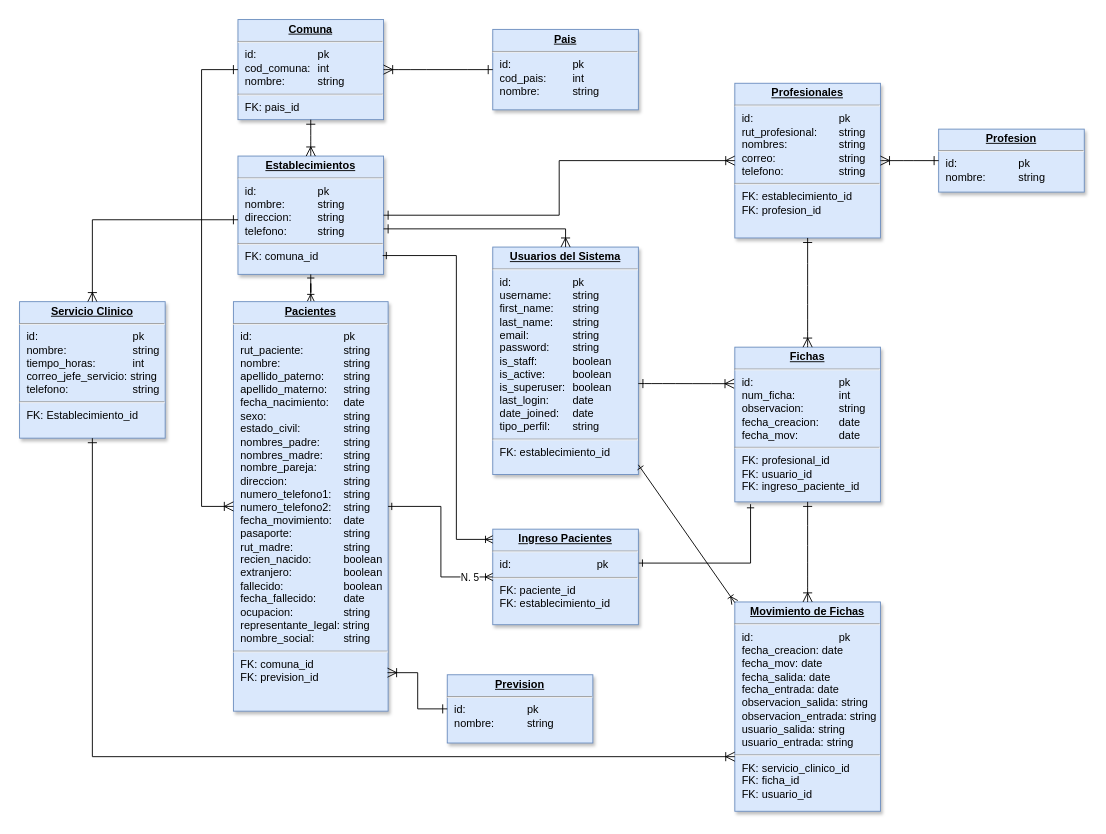
The draw.io diagram Kardex Base de datos.drawio in Jarot-Fierro/Kardex, before the edit. Source tidied: cells renumbered, new cells numbered last; positions are measured from the earlier drawing's top-left corner, leaving out a move shared by most shapes. Both pictures are drawn from the tidied source at 91%, with x=0, y=0 at pixel (19, 19).
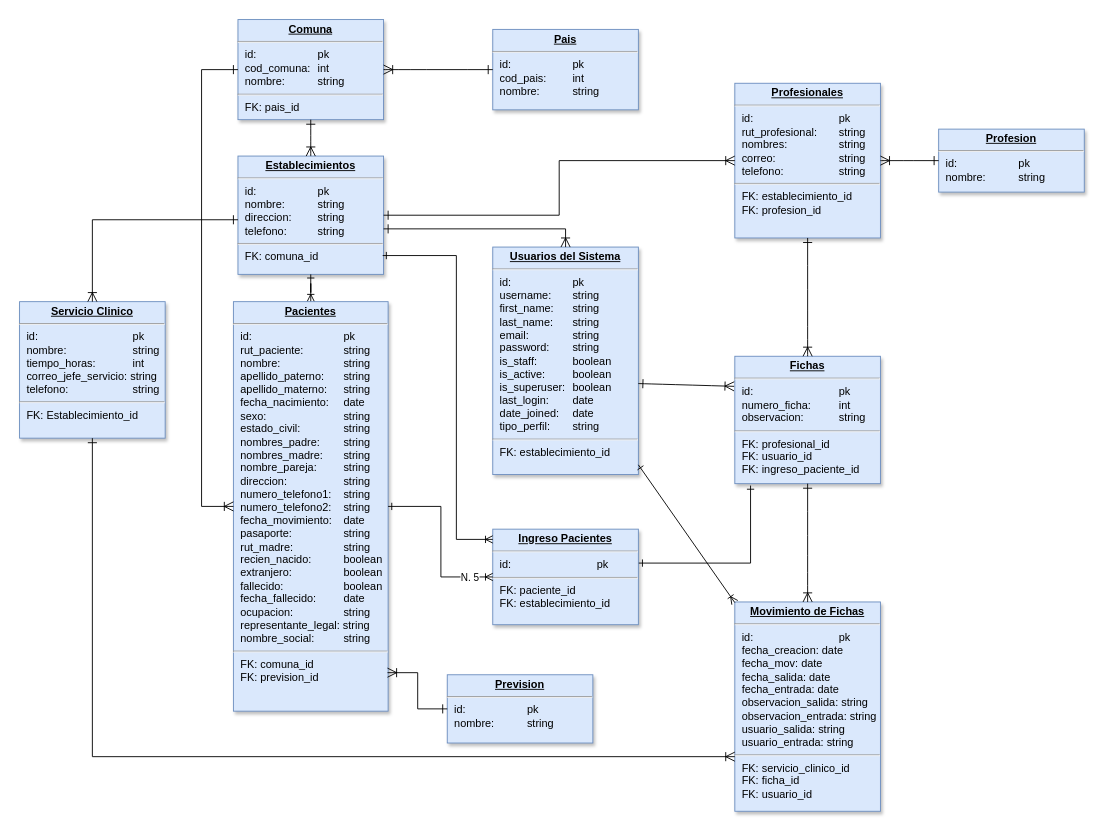
After the change.

What changed in the source:
```diff
@@
-    <mxCell id="19" value="&lt;p style=&quot;margin: 0px; margin-top: 4px; text-align: center; text-decoration: underline;&quot;&gt;&lt;strong&gt;Fichas&lt;/strong&gt;&lt;/p&gt;&lt;hr&gt;&lt;p style=&quot;margin: 0px; margin-left: 8px;&quot;&gt;id: &lt;span style=&quot;white-space: pre;&quot;&gt;&#9;&lt;/span&gt;&lt;span style=&quot;white-space: pre;&quot;&gt;&#9;&lt;/span&gt;&lt;span style=&quot;white-space: pre;&quot;&gt;&#9;&lt;span style=&quot;white-space: pre;&quot;&gt;&#9;&lt;/span&gt;&lt;/span&gt;pk&lt;/p&gt;&lt;p style=&quot;margin: 0px; margin-left: 8px;&quot;&gt;num_ficha:&lt;span style=&quot;white-space: pre;&quot;&gt;&#9;&lt;span style=&quot;white-space: pre;&quot;&gt;&#9;&lt;/span&gt;&lt;/span&gt;int&lt;/p&gt;&lt;p style=&quot;margin: 0px; margin-left: 8px;&quot;&gt;observacion:&lt;span style=&quot;white-space: pre;&quot;&gt;&#9;&lt;/span&gt;&lt;span style=&quot;white-space: pre;&quot;&gt;&#9;&lt;/span&gt;string&lt;/p&gt;&lt;p style=&quot;margin: 0px; margin-left: 8px;&quot;&gt;fecha_creacion:&lt;span style=&quot;white-space: pre;&quot;&gt;&#9;&lt;/span&gt;date&lt;/p&gt;&lt;p style=&quot;margin: 0px; margin-left: 8px;&quot;&gt;fecha_mov:&lt;span style=&quot;white-space: pre;&quot;&gt;&#9;&lt;/span&gt;&lt;span style=&quot;white-space: pre;&quot;&gt;&#9;&lt;/span&gt;date&lt;span style=&quot;background-color: initial; white-space-collapse: preserve;&quot;&gt;&#9;&lt;/span&gt;&lt;/p&gt;&lt;hr&gt;&lt;p style=&quot;margin: 0px; margin-left: 8px;&quot;&gt;FK: profesional_id&lt;/p&gt;&lt;p style=&quot;margin: 0px; margin-left: 8px;&quot;&gt;FK: usuario_id&lt;/p&gt;&lt;p style=&quot;margin: 0px; margin-left: 8px;&quot;&gt;FK: ingreso_paciente_id&lt;/p&gt;" style="verticalAlign=top;align=left;overflow=fill;fontSize=12;fontFamily=Helvetica;html=1;strokeColor=#6c8ebf;shadow=1;fillColor=#dae8fc;" parent="1" vertex="1">
-      <mxGeometry x="786" y="360" width="160" height="170" as="geometry" />
+    <mxCell id="19" value="&lt;p style=&quot;margin: 0px; margin-top: 4px; text-align: center; text-decoration: underline;&quot;&gt;&lt;strong&gt;Fichas&lt;/strong&gt;&lt;/p&gt;&lt;hr&gt;&lt;p style=&quot;margin: 0px; margin-left: 8px;&quot;&gt;id: &lt;span style=&quot;white-space: pre;&quot;&gt;&#9;&lt;/span&gt;&lt;span style=&quot;white-space: pre;&quot;&gt;&#9;&lt;/span&gt;&lt;span style=&quot;white-space: pre;&quot;&gt;&#9;&lt;span style=&quot;white-space: pre;&quot;&gt;&#9;&lt;/span&gt;&lt;/span&gt;pk&lt;/p&gt;&lt;p style=&quot;margin: 0px; margin-left: 8px;&quot;&gt;numero_ficha:&lt;span style=&quot;white-space: pre;&quot;&gt;&#9;&lt;span style=&quot;white-space: pre;&quot;&gt;&#9;&lt;/span&gt;&lt;/span&gt;int&lt;/p&gt;&lt;p style=&quot;margin: 0px; margin-left: 8px;&quot;&gt;observacion:&lt;span style=&quot;white-space: pre;&quot;&gt;&#9;&lt;/span&gt;&lt;span style=&quot;white-space: pre;&quot;&gt;&#9;&lt;/span&gt;string&lt;br&gt;&lt;/p&gt;&lt;hr&gt;&lt;p style=&quot;margin: 0px; margin-left: 8px;&quot;&gt;FK: profesional_id&lt;/p&gt;&lt;p style=&quot;margin: 0px; margin-left: 8px;&quot;&gt;FK: usuario_id&lt;/p&gt;&lt;p style=&quot;margin: 0px; margin-left: 8px;&quot;&gt;FK: ingreso_paciente_id&lt;/p&gt;" style="verticalAlign=top;align=left;overflow=fill;fontSize=12;fontFamily=Helvetica;html=1;strokeColor=#6c8ebf;shadow=1;fillColor=#dae8fc;" parent="1" vertex="1">
+      <mxGeometry x="786" y="370" width="160" height="140" as="geometry" />
     </mxCell>
```
